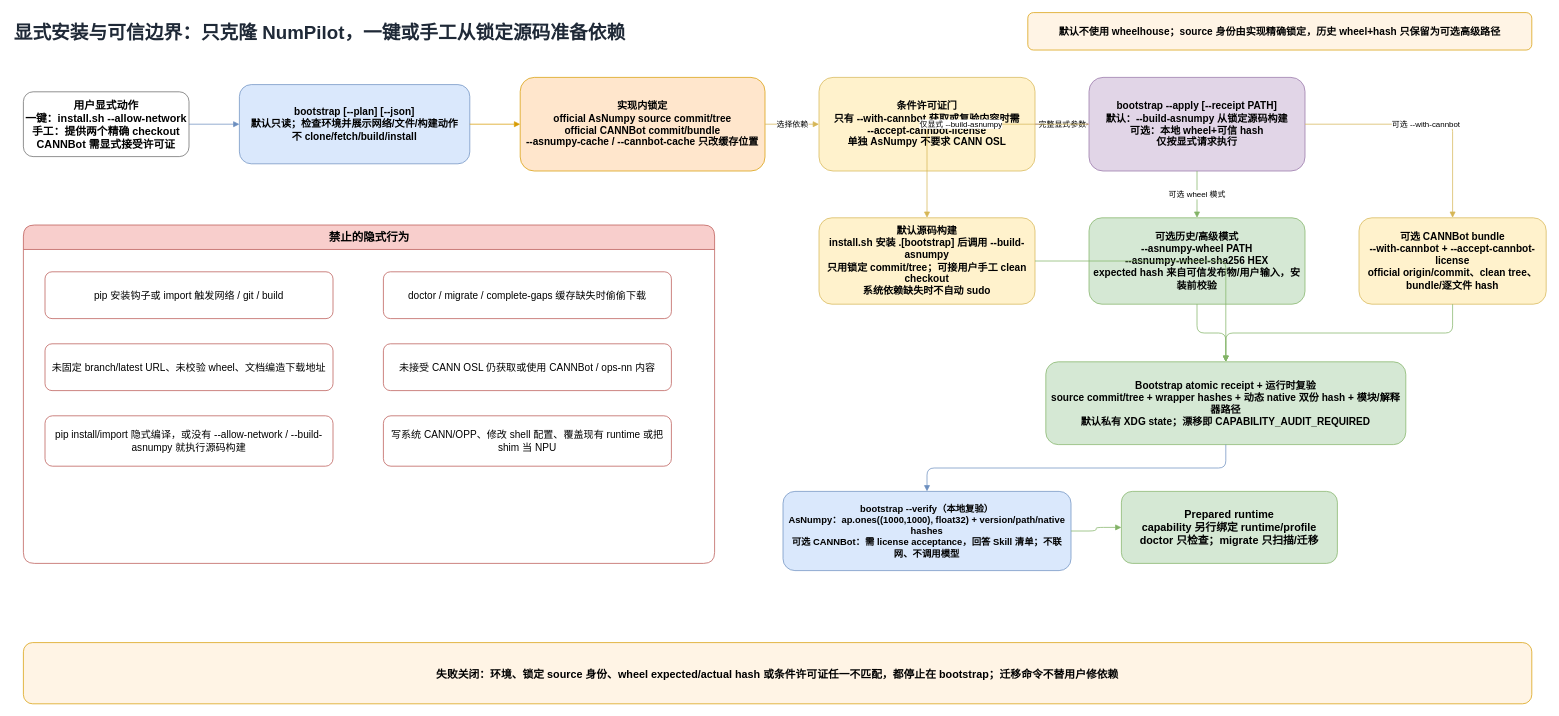
Before: page "03-安装与可信边界" (3 of 3) of docs/numpilot-architecture.drawio in DEGger21/numpilot, a draw.io diagram. Source tidied: cells renumbered, new cells numbered last; positions are measured from the earlier drawing's top-left corner, leaving out a move shared by most shapes. Both pictures are drawn from the tidied source at 72%, with x=0, y=0 at pixel (12, 12).
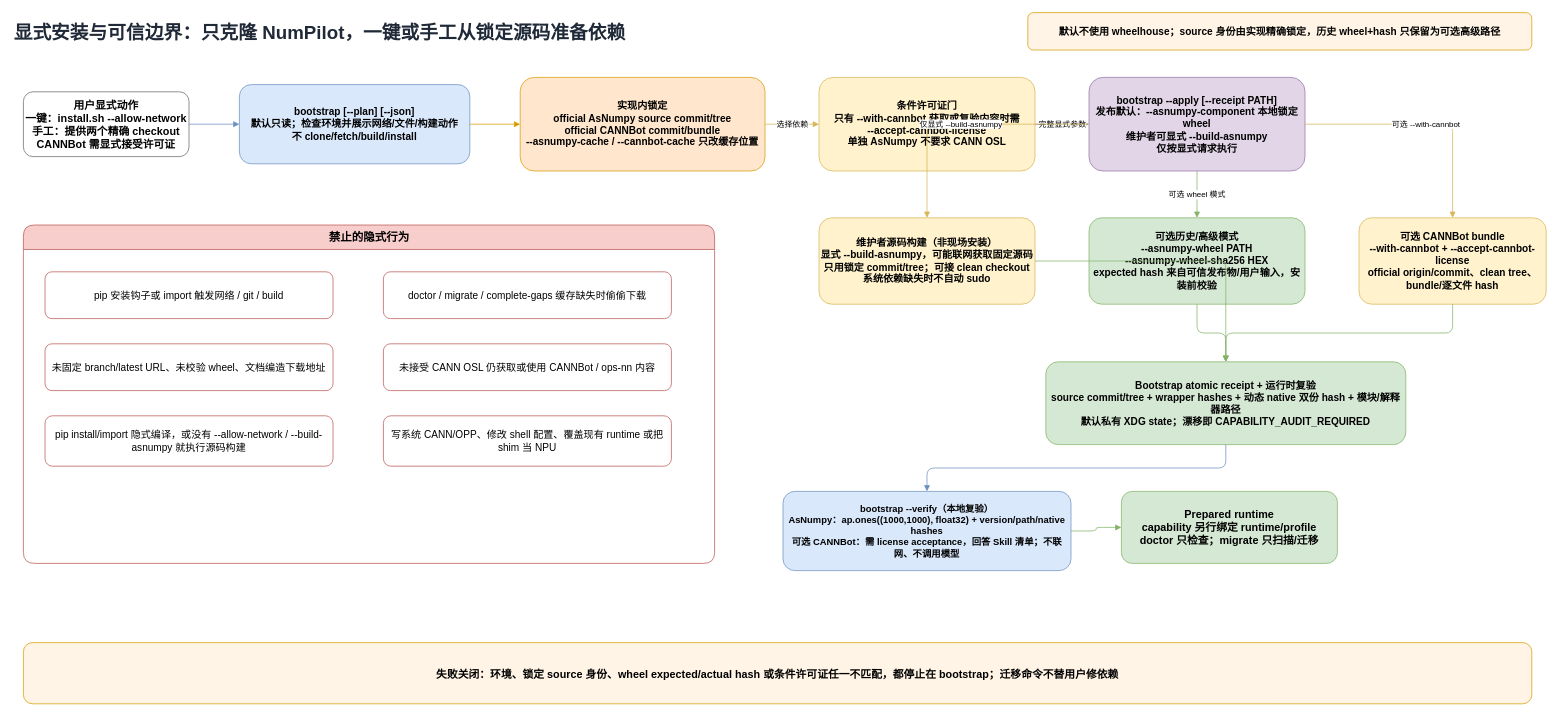
Above is the later version.

The edit, as a diff of the source:
```diff
@@
-    <mxCell id="8" value="bootstrap --apply [--receipt PATH]&#10;默认：--build-asnumpy 从锁定源码构建&#10;可选：本地 wheel+可信 hash&#10;仅按显式请求执行" style="rounded=1;whiteSpace=wrap;html=1;fillColor=#E1D5E7;strokeColor=#9673A6;fontStyle=1;fontSize=14;" parent="1" vertex="1">
+    <mxCell id="8" value="bootstrap --apply [--receipt PATH]&#10;发布默认：--asnumpy-component 本地锁定 wheel&#10;维护者可显式 --build-asnumpy&#10;仅按显式请求执行" style="rounded=1;whiteSpace=wrap;html=1;fillColor=#E1D5E7;strokeColor=#9673A6;fontStyle=1;fontSize=14;" parent="1" vertex="1">
       <mxGeometry x="1495" y="90" width="300" height="130" as="geometry" />
     </mxCell>
@@
-    <mxCell id="10" value="默认源码构建&#10;install.sh 安装 .[bootstrap] 后调用 --build-asnumpy&#10;只用锁定 commit/tree；可接用户手工 clean checkout&#10;系统依赖缺失时不自动 sudo" style="rounded=1;whiteSpace=wrap;html=1;fillColor=#FFF2CC;strokeColor=#D6B656;fontStyle=1;fontSize=14;" parent="1" vertex="1">
+    <mxCell id="10" value="维护者源码构建（非现场安装）&#10;显式 --build-asnumpy，可能联网获取固定源码&#10;只用锁定 commit/tree；可接 clean checkout&#10;系统依赖缺失时不自动 sudo" style="rounded=1;whiteSpace=wrap;html=1;fillColor=#FFF2CC;strokeColor=#D6B656;fontStyle=1;fontSize=14;" parent="1" vertex="1">
       <mxGeometry x="1120" y="285" width="300" height="120" as="geometry" />
     </mxCell>
```
